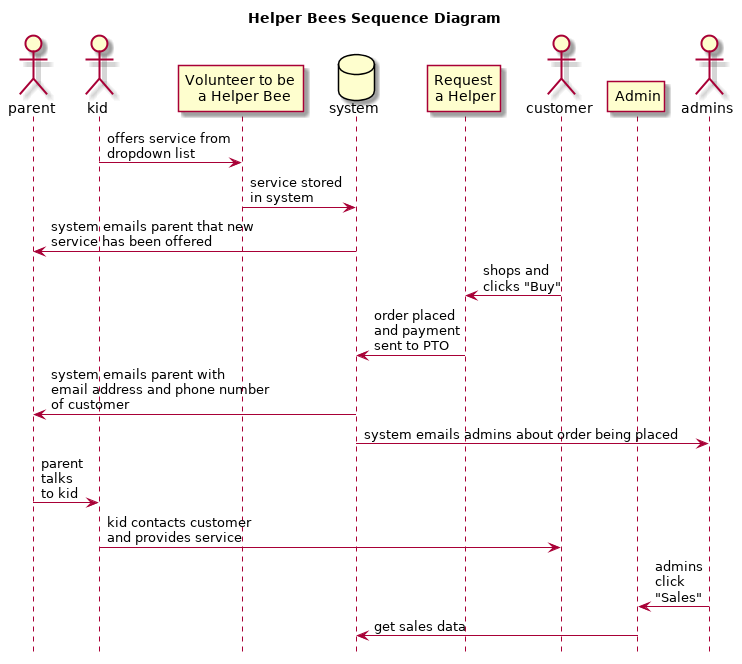
Before: docs/sequence.png, a diagram exported from PlantUML (CoolidgeCornerSchool/helperbees).
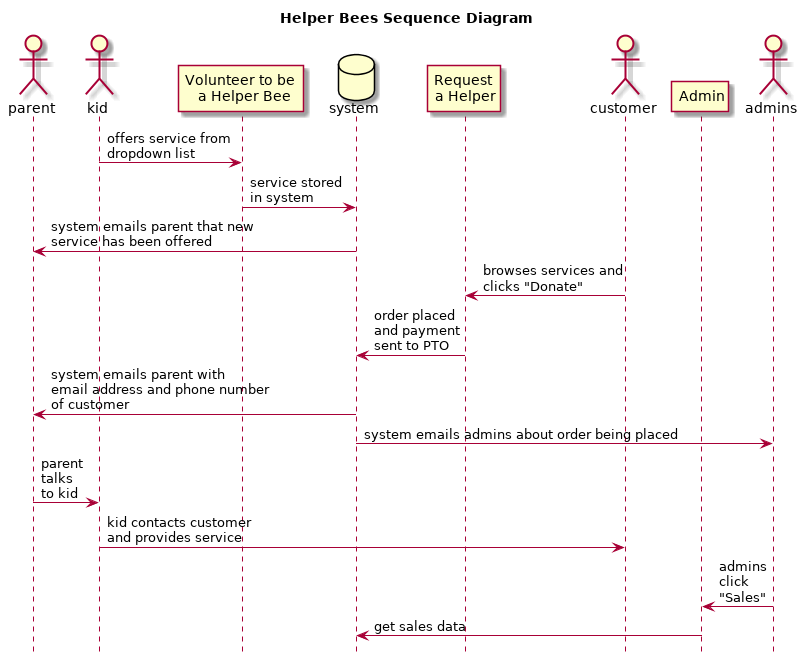
The same file after the commit.

Diff of the diagram source:
```diff
@@ -15,7 +15,7 @@
 actor customer
 participant "Admin"
 actor admins
-customer -> "Request\na Helper" : shops and\nclicks "Buy"
+customer -> "Request\na Helper" : browses services and\nclicks "Donate"
 "Request\na Helper" -> system : order placed\nand payment\nsent to PTO
 system -> parent : system emails parent with\nemail address and phone number\nof customer
 system -> admins : system emails admins about order being placed
```
